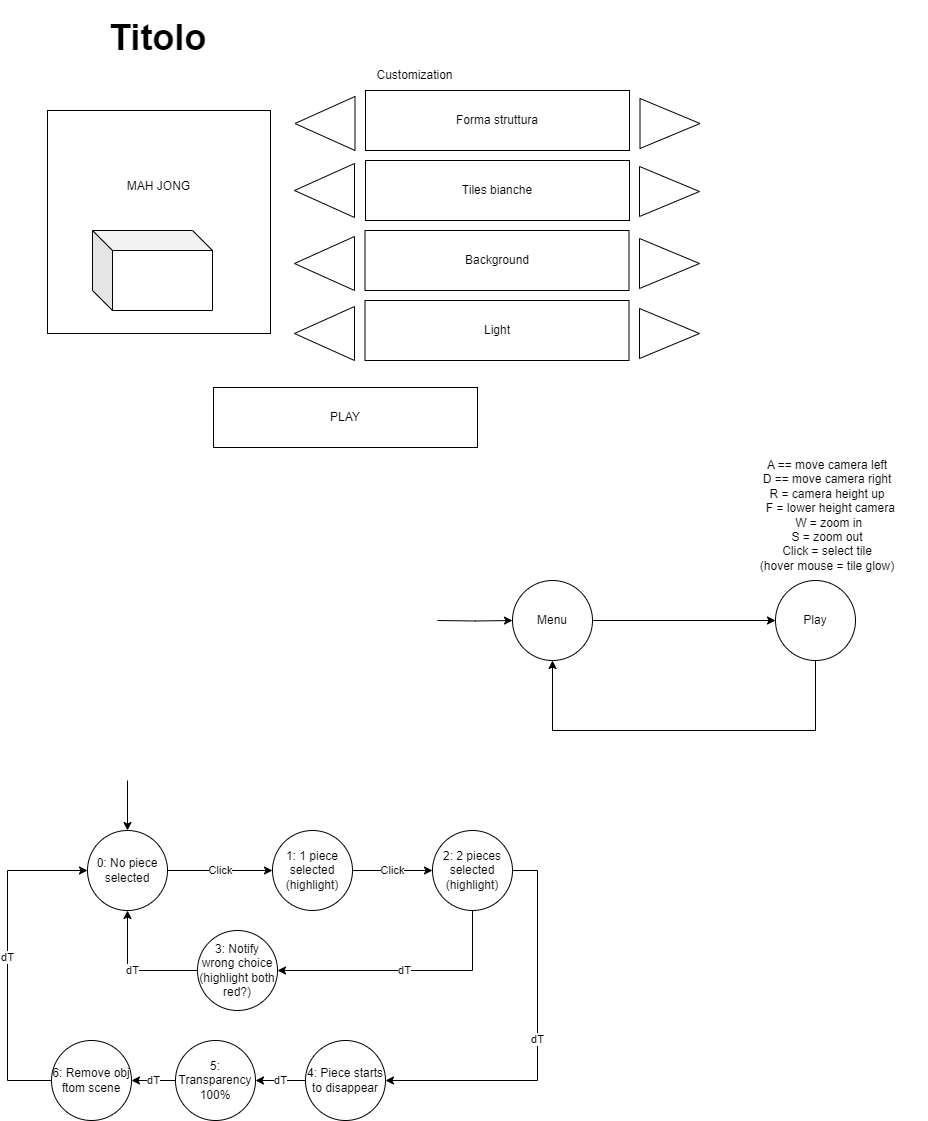
Before: Macchina a stati CG.png, a diagram exported from draw.io (gblfrc/cg-2023-mahjong). Source tidied: cells renumbered, new cells last; positions are measured from the earlier drawing's top-left corner, leaving out a move shared by most shapes. The source it was exported from:
```xml
<mxGraphModel>
  <root>
    <mxCell id="0" />
    <mxCell id="1" parent="0" />
    <mxCell id="2" style="edgeStyle=orthogonalEdgeStyle;rounded=0;jettySize=auto;html=1;exitX=1;exitY=0.5;exitDx=0;exitDy=0;" parent="1" edge="1" target="4">
      <mxGeometry relative="1" as="geometry">
        <mxPoint x="430" y="610" as="sourcePoint" />
      </mxGeometry>
    </mxCell>
    <mxCell id="3" style="edgeStyle=orthogonalEdgeStyle;rounded=0;jettySize=auto;html=1;" parent="1" edge="1" source="4" target="6">
      <mxGeometry relative="1" as="geometry" />
    </mxCell>
    <mxCell id="4" value="Menu" style="ellipse;whiteSpace=wrap;html=1;" parent="1" vertex="1">
      <mxGeometry x="505" y="570" width="80" height="80" as="geometry" />
    </mxCell>
    <mxCell id="5" style="edgeStyle=orthogonalEdgeStyle;rounded=0;jettySize=auto;html=1;" parent="1" edge="1" source="6" target="4">
      <mxGeometry relative="1" as="geometry">
        <Array as="points">
          <mxPoint x="808" y="720" />
          <mxPoint x="545" y="720" />
        </Array>
      </mxGeometry>
    </mxCell>
    <mxCell id="6" value="Play" style="ellipse;whiteSpace=wrap;html=1;" parent="1" vertex="1">
      <mxGeometry x="768" y="570" width="80" height="80" as="geometry" />
    </mxCell>
    <mxCell id="7" value="Tiles bianche" style="rounded=0;whiteSpace=wrap;html=1;" parent="1" vertex="1">
      <mxGeometry x="358" y="150" width="264" height="60" as="geometry" />
    </mxCell>
    <mxCell id="8" style="triangle;whiteSpace=wrap;html=1;" parent="1" vertex="1">
      <mxGeometry x="632" y="156" width="60" height="50" as="geometry" />
    </mxCell>
    <mxCell id="9" style="triangle;whiteSpace=wrap;html=1;rotation=-180;" parent="1" vertex="1">
      <mxGeometry x="287" y="153" width="60" height="54" as="geometry" />
    </mxCell>
    <mxCell id="10" value="Customization" style="text;html=1;align=center;verticalAlign=middle;strokeColor=none;fillColor=none;" parent="1" vertex="1">
      <mxGeometry x="357" y="50" width="100" height="30" as="geometry" />
    </mxCell>
    <mxCell id="11" value="Background" style="rounded=0;whiteSpace=wrap;html=1;" parent="1" vertex="1">
      <mxGeometry x="357.5" y="220" width="264" height="60" as="geometry" />
    </mxCell>
    <mxCell id="12" value="PLAY" style="rounded=0;whiteSpace=wrap;html=1;" parent="1" vertex="1">
      <mxGeometry x="206" y="377" width="264" height="60" as="geometry" />
    </mxCell>
    <mxCell id="13" style="triangle;whiteSpace=wrap;html=1;rotation=-180;" parent="1" vertex="1">
      <mxGeometry x="287" y="226" width="60" height="54" as="geometry" />
    </mxCell>
    <mxCell id="14" style="triangle;whiteSpace=wrap;html=1;" parent="1" vertex="1">
      <mxGeometry x="632" y="228" width="60" height="50" as="geometry" />
    </mxCell>
    <mxCell id="15" value="&lt;h1&gt;&lt;span style=&quot;background-color: initial;&quot;&gt;&lt;font style=&quot;font-size: 36px;&quot;&gt;Titolo&lt;/font&gt;&lt;/span&gt;&lt;br&gt;&lt;/h1&gt;" style="text;html=1;strokeColor=none;fillColor=none;spacing=5;spacingTop=-20;whiteSpace=wrap;overflow=hidden;rounded=0;" parent="1" vertex="1">
      <mxGeometry x="97" width="190" height="63" as="geometry" />
    </mxCell>
    <mxCell id="16" value="Light" style="rounded=0;whiteSpace=wrap;html=1;" parent="1" vertex="1">
      <mxGeometry x="357.5" y="290" width="264" height="60" as="geometry" />
    </mxCell>
    <mxCell id="17" style="triangle;whiteSpace=wrap;html=1;rotation=-180;" parent="1" vertex="1">
      <mxGeometry x="287" y="296" width="60" height="54" as="geometry" />
    </mxCell>
    <mxCell id="18" style="triangle;whiteSpace=wrap;html=1;" parent="1" vertex="1">
      <mxGeometry x="632" y="298" width="60" height="50" as="geometry" />
    </mxCell>
    <mxCell id="19" value="A == move camera left&lt;br&gt;D == move camera right&lt;br&gt;R = camera height up&lt;br&gt;&amp;nbsp; F = lower height camera&lt;br&gt;&amp;nbsp;W = zoom in&lt;br&gt;S = zoom out&lt;br&gt;Click = select tile&lt;br&gt;(hover mouse = tile glow)" style="text;html=1;strokeColor=none;fillColor=none;align=center;verticalAlign=middle;whiteSpace=wrap;rounded=0;" parent="1" vertex="1">
      <mxGeometry x="720" y="450" width="200" height="110" as="geometry" />
    </mxCell>
    <mxCell id="20" value="MAH JONG&lt;br&gt;&lt;br&gt;&lt;br&gt;&lt;br&gt;&lt;br&gt;&lt;br&gt;" style="whiteSpace=wrap;html=1;" parent="1" vertex="1">
      <mxGeometry x="40" y="100" width="223" height="223" as="geometry" />
    </mxCell>
    <mxCell id="21" style="shape=cube;whiteSpace=wrap;html=1;boundedLbl=1;backgroundOutline=1;darkOpacity=0.05;darkOpacity2=0.1;" parent="1" vertex="1">
      <mxGeometry x="85" y="220" width="120" height="80" as="geometry" />
    </mxCell>
    <mxCell id="22" value="Forma struttura" style="rounded=0;whiteSpace=wrap;html=1;" parent="1" vertex="1">
      <mxGeometry x="358" y="80" width="264" height="60" as="geometry" />
    </mxCell>
    <mxCell id="23" style="triangle;whiteSpace=wrap;html=1;rotation=-180;" parent="1" vertex="1">
      <mxGeometry x="287.5" y="86" width="60" height="54" as="geometry" />
    </mxCell>
    <mxCell id="24" style="triangle;whiteSpace=wrap;html=1;" parent="1" vertex="1">
      <mxGeometry x="632.5" y="88" width="60" height="50" as="geometry" />
    </mxCell>
    <mxCell id="25" value="Click" style="edgeStyle=orthogonalEdgeStyle;rounded=0;jettySize=auto;html=1;" parent="1" edge="1" source="26" target="28">
      <mxGeometry relative="1" as="geometry" />
    </mxCell>
    <mxCell id="26" value="0: No piece selected" style="ellipse;whiteSpace=wrap;html=1;" parent="1" vertex="1">
      <mxGeometry x="80" y="820" width="80" height="80" as="geometry" />
    </mxCell>
    <mxCell id="27" value="Click" style="edgeStyle=orthogonalEdgeStyle;rounded=0;jettySize=auto;html=1;" parent="1" edge="1" source="28" target="31">
      <mxGeometry relative="1" as="geometry" />
    </mxCell>
    <mxCell id="28" value="1: 1 piece selected&lt;br&gt;(highlight)" style="ellipse;whiteSpace=wrap;html=1;" parent="1" vertex="1">
      <mxGeometry x="265" y="820" width="80" height="80" as="geometry" />
    </mxCell>
    <mxCell id="29" value="dT" style="edgeStyle=orthogonalEdgeStyle;rounded=0;jettySize=auto;html=1;entryX=1;entryY=0.5;entryDx=0;entryDy=0;" parent="1" edge="1" source="31" target="33">
      <mxGeometry relative="1" as="geometry">
        <Array as="points">
          <mxPoint x="530" y="860" />
          <mxPoint x="530" y="1070" />
        </Array>
      </mxGeometry>
    </mxCell>
    <mxCell id="30" value="dT" style="edgeStyle=orthogonalEdgeStyle;rounded=0;jettySize=auto;html=1;entryX=1;entryY=0.5;entryDx=0;entryDy=0;" parent="1" edge="1" source="31" target="35">
      <mxGeometry relative="1" as="geometry">
        <Array as="points">
          <mxPoint x="465" y="960" />
        </Array>
      </mxGeometry>
    </mxCell>
    <mxCell id="31" value="2: 2 pieces selected&lt;br&gt;(highlight)" style="ellipse;whiteSpace=wrap;html=1;" parent="1" vertex="1">
      <mxGeometry x="425" y="820" width="80" height="80" as="geometry" />
    </mxCell>
    <mxCell id="32" value="dT" style="edgeStyle=orthogonalEdgeStyle;rounded=0;jettySize=auto;html=1;entryX=1;entryY=0.5;entryDx=0;entryDy=0;" parent="1" edge="1" source="33" target="37">
      <mxGeometry relative="1" as="geometry" />
    </mxCell>
    <mxCell id="33" value="4: Piece starts to disappear" style="ellipse;whiteSpace=wrap;html=1;" parent="1" vertex="1">
      <mxGeometry x="298" y="1030" width="80" height="80" as="geometry" />
    </mxCell>
    <mxCell id="34" value="dT" style="edgeStyle=orthogonalEdgeStyle;rounded=0;jettySize=auto;html=1;entryX=0.5;entryY=1;entryDx=0;entryDy=0;" parent="1" edge="1" source="35" target="26">
      <mxGeometry relative="1" as="geometry">
        <Array as="points">
          <mxPoint x="120" y="960" />
        </Array>
      </mxGeometry>
    </mxCell>
    <mxCell id="35" value="3: Notify wrong choice&lt;br&gt;(highlight both red?)" style="ellipse;whiteSpace=wrap;html=1;" parent="1" vertex="1">
      <mxGeometry x="190" y="920" width="80" height="80" as="geometry" />
    </mxCell>
    <mxCell id="36" value="dT" style="edgeStyle=orthogonalEdgeStyle;rounded=0;jettySize=auto;html=1;" parent="1" edge="1" source="37" target="39">
      <mxGeometry relative="1" as="geometry" />
    </mxCell>
    <mxCell id="37" value="5: Transparency 100%" style="ellipse;whiteSpace=wrap;html=1;" parent="1" vertex="1">
      <mxGeometry x="168" y="1030" width="80" height="80" as="geometry" />
    </mxCell>
    <mxCell id="38" value="dT" style="edgeStyle=orthogonalEdgeStyle;rounded=0;jettySize=auto;html=1;entryX=0;entryY=0.5;entryDx=0;entryDy=0;" parent="1" edge="1" source="39" target="26">
      <mxGeometry relative="1" as="geometry">
        <Array as="points">
          <mxPoint y="1070" />
          <mxPoint y="860" />
        </Array>
      </mxGeometry>
    </mxCell>
    <mxCell id="39" value="6: Remove obj ftom scene" style="ellipse;whiteSpace=wrap;html=1;" parent="1" vertex="1">
      <mxGeometry x="44" y="1030" width="80" height="80" as="geometry" />
    </mxCell>
    <mxCell id="40" style="endArrow=classic;html=1;rounded=0;entryX=0.5;entryY=0;entryDx=0;entryDy=0;" parent="1" edge="1" target="26">
      <mxGeometry relative="1" as="geometry">
        <mxPoint x="120" y="770" as="sourcePoint" />
      </mxGeometry>
    </mxCell>
  </root>
</mxGraphModel>
```
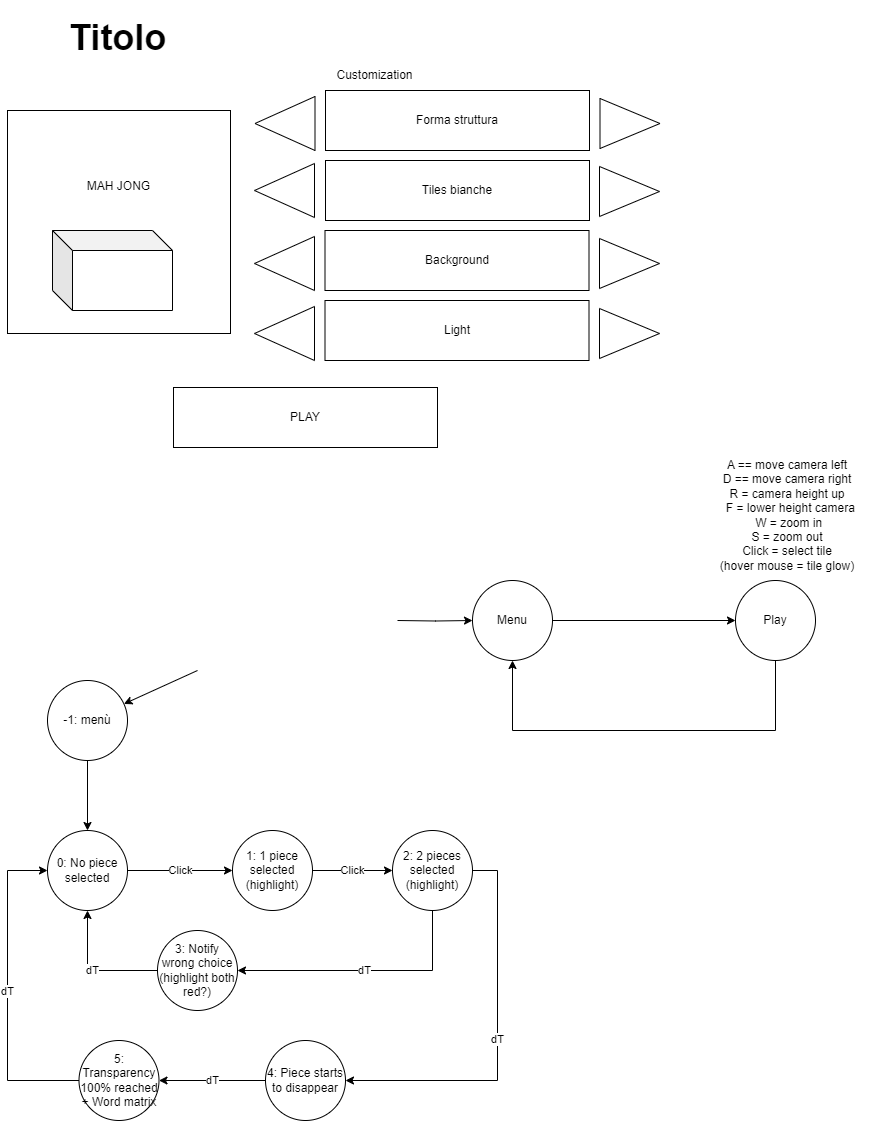
The same diagram one commit later.

The edit, as a diff of the source:
```diff
@@ -124,27 +124,27 @@
     <mxCell id="35" value="3: Notify wrong choice&lt;br&gt;(highlight both red?)" style="ellipse;whiteSpace=wrap;html=1;" parent="1" vertex="1">
       <mxGeometry x="190" y="920" width="80" height="80" as="geometry" />
     </mxCell>
-    <mxCell id="36" value="dT" style="edgeStyle=orthogonalEdgeStyle;rounded=0;jettySize=auto;html=1;" parent="1" edge="1" source="37" target="39">
-      <mxGeometry relative="1" as="geometry" />
+    <mxCell id="36" value="dT" style="edgeStyle=orthogonalEdgeStyle;rounded=0;jettySize=auto;html=1;entryX=0;entryY=0.5;entryDx=0;entryDy=0;" parent="1" edge="1" source="37" target="26">
+      <mxGeometry relative="1" as="geometry">
+        <Array as="points">
+          <mxPoint x="40" y="1070" />
+          <mxPoint x="40" y="860" />
+        </Array>
+      </mxGeometry>
     </mxCell>
-    <mxCell id="37" value="5: Transparency 100%" style="ellipse;whiteSpace=wrap;html=1;" parent="1" vertex="1">
-      <mxGeometry x="168" y="1030" width="80" height="80" as="geometry" />
+    <mxCell id="37" value="5: Transparency 100% reached&lt;br&gt;+ Word matrix" style="ellipse;whiteSpace=wrap;html=1;" parent="1" vertex="1">
+      <mxGeometry x="111.5" y="1030" width="80" height="80" as="geometry" />
     </mxCell>
-    <mxCell id="38" value="dT" style="edgeStyle=orthogonalEdgeStyle;rounded=0;jettySize=auto;html=1;entryX=0;entryY=0.5;entryDx=0;entryDy=0;" parent="1" edge="1" source="39" target="26">
-      <mxGeometry relative="1" as="geometry">
-        <Array as="points">
-          <mxPoint y="1070" />
-          <mxPoint y="860" />
-        </Array>
-      </mxGeometry>
-    </mxCell>
-    <mxCell id="39" value="6: Remove obj ftom scene" style="ellipse;whiteSpace=wrap;html=1;" parent="1" vertex="1">
-      <mxGeometry x="44" y="1030" width="80" height="80" as="geometry" />
-    </mxCell>
-    <mxCell id="40" style="endArrow=classic;html=1;rounded=0;entryX=0.5;entryY=0;entryDx=0;entryDy=0;" parent="1" edge="1" target="26">
-      <mxGeometry relative="1" as="geometry">
-        <mxPoint x="120" y="770" as="sourcePoint" />
-      </mxGeometry>
-    </mxCell>
+    <mxCell id="41" style="edgeStyle=orthogonalEdgeStyle;rounded=0;jettySize=auto;html=1;" parent="1" edge="1" source="42" target="26">
+      <mxGeometry relative="1" as="geometry" />
+    </mxCell>
+    <mxCell id="42" value="-1: menù" style="ellipse;whiteSpace=wrap;html=1;" parent="1" vertex="1">
+      <mxGeometry x="80" y="670" width="80" height="80" as="geometry" />
+    </mxCell>
+    <mxCell id="43" style="endArrow=classic;html=1;rounded=0;" parent="1" edge="1" target="42">
+      <mxGeometry relative="1" as="geometry">
+        <mxPoint x="230" y="660" as="sourcePoint" />
+      </mxGeometry>
+    </mxCell>
   </root>
 </mxGraphModel>
```
